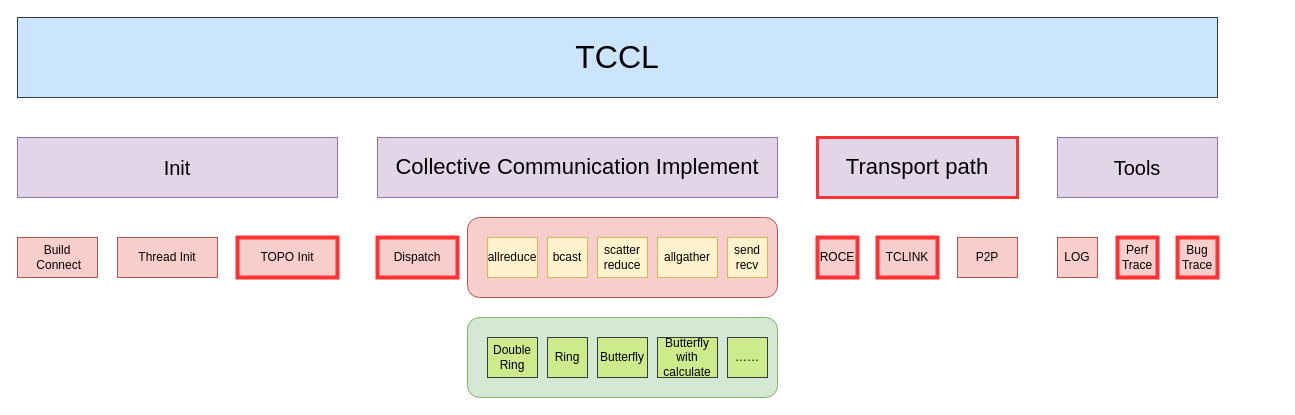
Earlier version of the draw.io diagram TCCL/TCCL_ARCH/TCCLSoftwareArch2023.drawio (BEYHHH/SBLP). Source tidied: cells renumbered, new cells numbered last; positions are measured from the earlier drawing's top-left corner, leaving out a move shared by most shapes. Both pictures are drawn from the tidied source at 100%, with x=0, y=0 at pixel (17, 17).
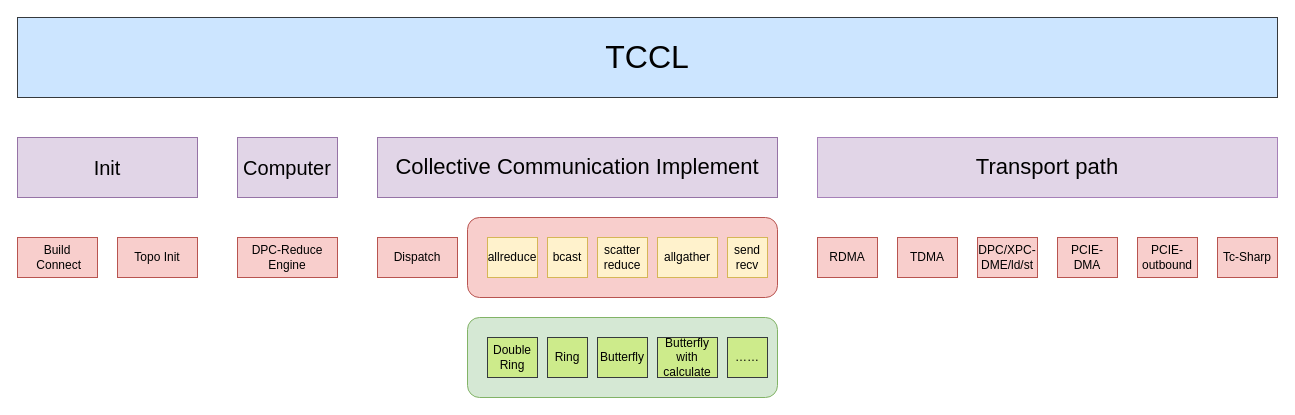
The same diagram, later.

The edit, as a diff of the source:
```diff
@@
     <mxCell id="3" value="&lt;font style=&quot;font-size: 32px;&quot;&gt;TCCL&lt;/font&gt;" style="rounded=0;whiteSpace=wrap;html=1;fillColor=#cce5ff;strokeColor=#36393d;" parent="1" vertex="1">
-      <mxGeometry width="1200" height="80" as="geometry" />
+      <mxGeometry width="1260" height="80" as="geometry" />
     </mxCell>
     <mxCell id="4" value="Init" style="rounded=0;whiteSpace=wrap;html=1;fillColor=#e1d5e7;strokeColor=#9673a6;fontSize=20;" parent="1" vertex="1">
-      <mxGeometry y="120" width="320" height="60" as="geometry" />
+      <mxGeometry y="120" width="180" height="60" as="geometry" />
     </mxCell>
-    <mxCell id="5" value="Tools" style="rounded=0;whiteSpace=wrap;html=1;fillColor=#e1d5e7;strokeColor=#9673a6;fontSize=20;" parent="1" vertex="1">
-      <mxGeometry x="1040" y="120" width="160" height="60" as="geometry" />
-    </mxCell>
-    <mxCell id="6" value="LOG" style="rounded=0;whiteSpace=wrap;html=1;fillColor=#f8cecc;strokeColor=#b85450;" parent="1" vertex="1">
-      <mxGeometry x="1040" y="220" width="40" height="40" as="geometry" />
-    </mxCell>
-    <mxCell id="7" value="Perf Trace" style="rounded=0;whiteSpace=wrap;html=1;fillColor=#f8cecc;strokeColor=#FF3333;strokeWidth=4;" parent="1" vertex="1">
-      <mxGeometry x="1100" y="220" width="40" height="40" as="geometry" />
-    </mxCell>
-    <mxCell id="8" value="&lt;font style=&quot;font-size: 22px;&quot;&gt;Transport path&lt;/font&gt;" style="rounded=0;whiteSpace=wrap;html=1;fillColor=#e1d5e7;strokeColor=#FF3333;fontSize=21;strokeWidth=3;" parent="1" vertex="1">
-      <mxGeometry x="800" y="120" width="200" height="60" as="geometry" />
+    <mxCell id="8" value="&lt;font style=&quot;font-size: 22px;&quot;&gt;Transport path&lt;/font&gt;" style="rounded=0;whiteSpace=wrap;html=1;fillColor=#e1d5e7;strokeColor=#A680B8;fontSize=21;strokeWidth=1;" parent="1" vertex="1">
+      <mxGeometry x="800" y="120" width="460" height="60" as="geometry" />
     </mxCell>
-    <mxCell id="9" value="Dispatch" style="rounded=0;whiteSpace=wrap;html=1;fillColor=#f8cecc;strokeColor=#FF3333;strokeWidth=4;" parent="1" vertex="1">
-      <mxGeometry x="360" y="220" width="80" height="40" as="geometry" />
-    </mxCell>
@@
-    <mxCell id="11" value="ROCE" style="rounded=0;whiteSpace=wrap;html=1;fillColor=#f8cecc;strokeColor=#FF3333;strokeWidth=4;" parent="1" vertex="1">
-      <mxGeometry x="800" y="220" width="40" height="40" as="geometry" />
-    </mxCell>
-    <mxCell id="12" value="TCLINK" style="rounded=0;whiteSpace=wrap;html=1;fillColor=#f8cecc;strokeColor=#FF3333;strokeWidth=4;" parent="1" vertex="1">
-      <mxGeometry x="860" y="220" width="60" height="40" as="geometry" />
-    </mxCell>
-    <mxCell id="13" value="P2P" style="rounded=0;whiteSpace=wrap;html=1;fillColor=#f8cecc;strokeColor=#b85450;" parent="1" vertex="1">
-      <mxGeometry x="940" y="220" width="60" height="40" as="geometry" />
+    <mxCell id="13" value="PCIE-outbound" style="rounded=0;whiteSpace=wrap;html=1;fillColor=#f8cecc;strokeColor=#b85450;" parent="1" vertex="1">
+      <mxGeometry x="1120" y="220" width="60" height="40" as="geometry" />
     </mxCell>
@@
-    <mxCell id="19" value="Thread Init" style="rounded=0;whiteSpace=wrap;html=1;fillColor=#f8cecc;strokeColor=#b85450;" parent="1" vertex="1">
-      <mxGeometry x="100" y="220" width="100" height="40" as="geometry" />
-    </mxCell>
@@
-    <mxCell id="21" value="Bug&lt;div&gt;Trace&lt;/div&gt;" style="rounded=0;whiteSpace=wrap;html=1;fillColor=#f8cecc;strokeColor=#FF3333;strokeWidth=4;" parent="1" vertex="1">
-      <mxGeometry x="1160" y="220" width="40" height="40" as="geometry" />
-    </mxCell>
-    <mxCell id="22" value="TOPO Init" style="rounded=0;whiteSpace=wrap;html=1;fillColor=#f8cecc;strokeColor=#FF3333;strokeWidth=4;" parent="1" vertex="1">
-      <mxGeometry x="220" y="220" width="100" height="40" as="geometry" />
-    </mxCell>
@@
+    <mxCell id="29" value="Topo Init" style="rounded=0;whiteSpace=wrap;html=1;fillColor=#f8cecc;strokeColor=#b85450;" parent="1" vertex="1">
+      <mxGeometry x="100" y="220" width="80" height="40" as="geometry" />
+    </mxCell>
+    <mxCell id="9" value="Dispatch" style="rounded=0;whiteSpace=wrap;html=1;fillColor=#f8cecc;strokeColor=#b85450;" parent="1" vertex="1">
+      <mxGeometry x="360" y="220" width="80" height="40" as="geometry" />
+    </mxCell>
+    <mxCell id="30" value="TDMA" style="rounded=0;whiteSpace=wrap;html=1;fillColor=#f8cecc;strokeColor=#b85450;" parent="1" vertex="1">
+      <mxGeometry x="880" y="220" width="60" height="40" as="geometry" />
+    </mxCell>
+    <mxCell id="31" value="RDMA" style="rounded=0;whiteSpace=wrap;html=1;fillColor=#f8cecc;strokeColor=#b85450;" parent="1" vertex="1">
+      <mxGeometry x="800" y="220" width="60" height="40" as="geometry" />
+    </mxCell>
+    <mxCell id="32" value="PCIE-DMA" style="rounded=0;whiteSpace=wrap;html=1;fillColor=#f8cecc;strokeColor=#b85450;" parent="1" vertex="1">
+      <mxGeometry x="1040" y="220" width="60" height="40" as="geometry" />
+    </mxCell>
+    <mxCell id="33" value="DPC/XPC-DME/ld/st" style="rounded=0;whiteSpace=wrap;html=1;fillColor=#f8cecc;strokeColor=#b85450;" parent="1" vertex="1">
+      <mxGeometry x="960" y="220" width="60" height="40" as="geometry" />
+    </mxCell>
+    <mxCell id="34" value="Tc-Sharp" style="rounded=0;whiteSpace=wrap;html=1;fillColor=#f8cecc;strokeColor=#b85450;" parent="1" vertex="1">
+      <mxGeometry x="1200" y="220" width="60" height="40" as="geometry" />
+    </mxCell>
+    <mxCell id="35" value="Computer" style="rounded=0;whiteSpace=wrap;html=1;fillColor=#e1d5e7;strokeColor=#9673a6;fontSize=20;" parent="1" vertex="1">
+      <mxGeometry x="220" y="120" width="100" height="60" as="geometry" />
+    </mxCell>
+    <mxCell id="36" value="DPC-Reduce Engine" style="rounded=0;whiteSpace=wrap;html=1;fillColor=#f8cecc;strokeColor=#b85450;" parent="1" vertex="1">
+      <mxGeometry x="220" y="220" width="100" height="40" as="geometry" />
+    </mxCell>
```
